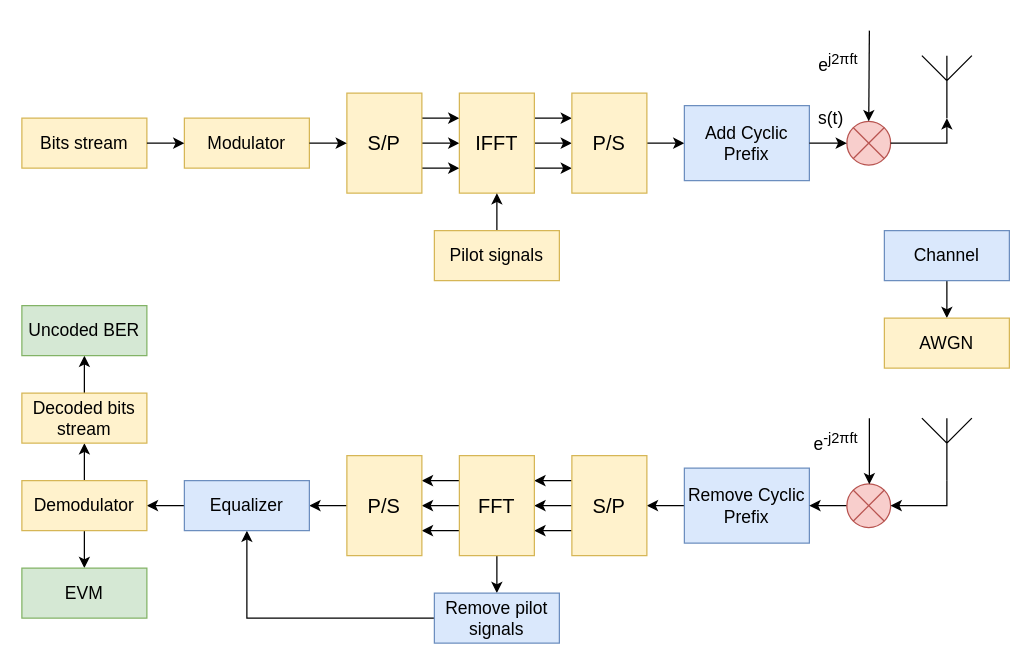
This is model_structure.drawio from isvoropaev02/OFDM, a draw.io file, before an edit. Source tidied: cells renumbered, new cells numbered last; positions are measured from the earlier drawing's top-left corner, leaving out a move shared by most shapes. Both pictures are drawn from the tidied source at 125%, with x=0, y=0 at pixel (21, 30).
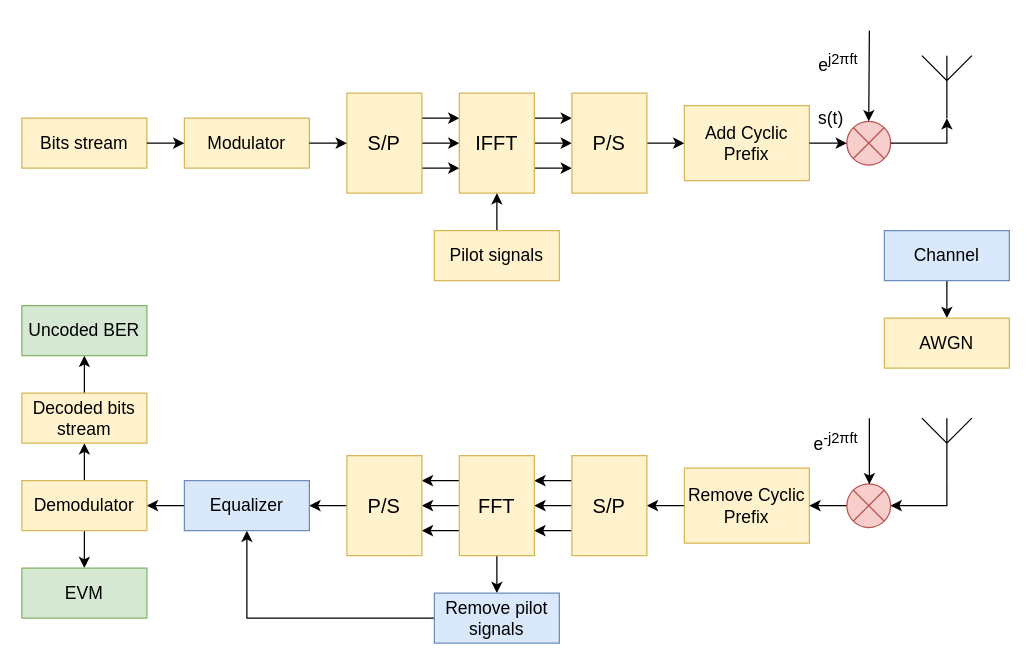
Above is the later version.

Change to the diagram source:
```diff
@@
-    <mxCell id="16" value="&lt;font style=&quot;font-size: 14px;&quot; face=&quot;Helvetica&quot;&gt;Add Cyclic Prefix&lt;/font&gt;" style="rounded=0;whiteSpace=wrap;html=1;fillColor=#dae8fc;strokeColor=#6c8ebf;" parent="1" vertex="1">
+    <mxCell id="16" value="&lt;font style=&quot;font-size: 14px;&quot; face=&quot;Helvetica&quot;&gt;Add Cyclic Prefix&lt;/font&gt;" style="rounded=0;whiteSpace=wrap;html=1;fillColor=#fff2cc;strokeColor=#d6b656;" parent="1" vertex="1">
       <mxGeometry x="530" y="60" width="100" height="60" as="geometry" />
     </mxCell>
@@
-    <mxCell id="31" value="&lt;font style=&quot;font-size: 14px;&quot; face=&quot;Helvetica&quot;&gt;Remove Cyclic Prefix&lt;/font&gt;" style="rounded=0;whiteSpace=wrap;html=1;fillColor=#dae8fc;strokeColor=#6c8ebf;" parent="1" vertex="1">
+    <mxCell id="31" value="&lt;font style=&quot;font-size: 14px;&quot; face=&quot;Helvetica&quot;&gt;Remove Cyclic Prefix&lt;/font&gt;" style="rounded=0;whiteSpace=wrap;html=1;fillColor=#fff2cc;strokeColor=#d6b656;" parent="1" vertex="1">
       <mxGeometry x="530" y="350" width="100" height="60" as="geometry" />
     </mxCell>
```
